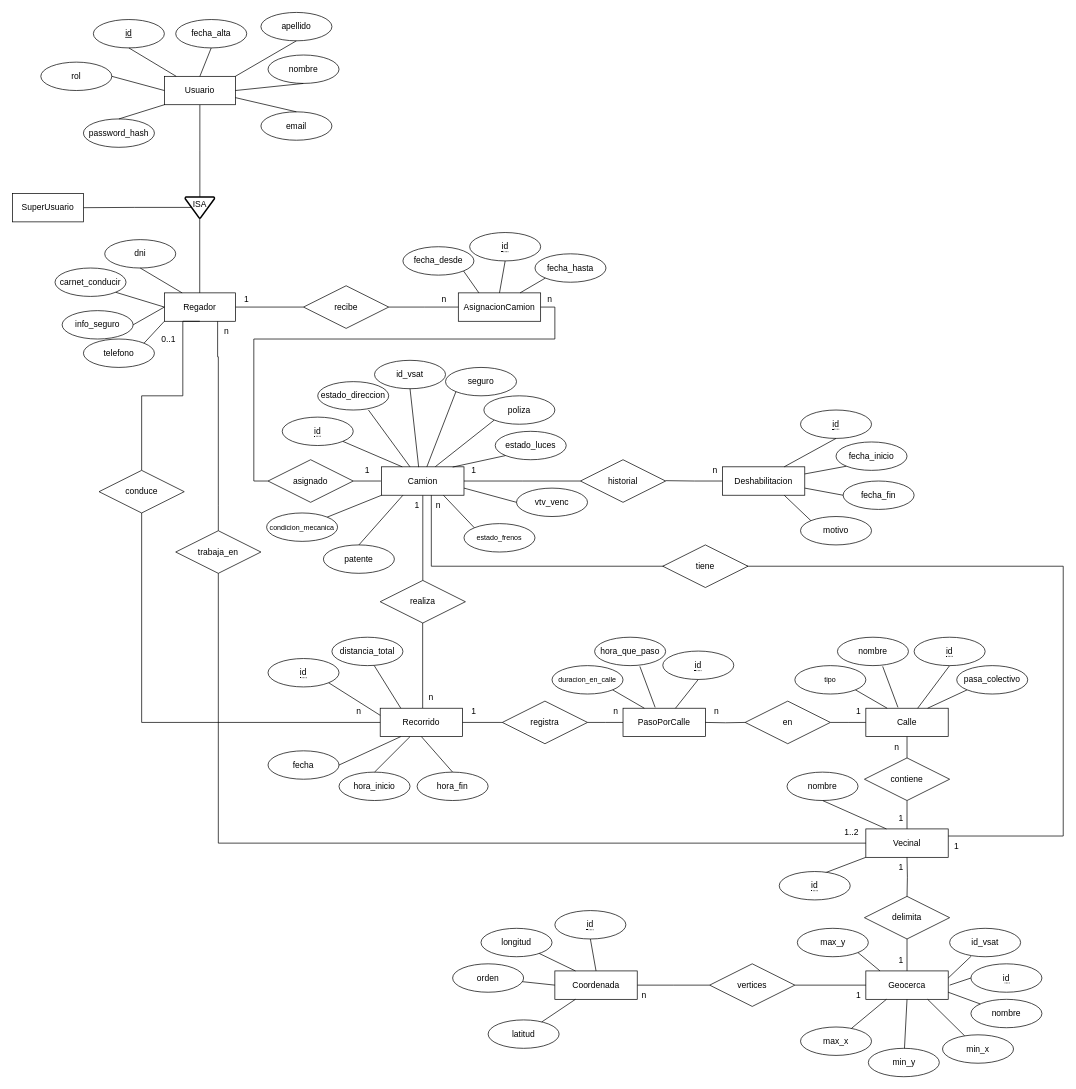
The draw.io diagram base_datos/diagramas/der.drawio in EmiBernal/sistema-de-riego-unrc, before the edit. Source tidied: cells renumbered, new cells numbered last; positions are measured from the earlier drawing's top-left corner, leaving out a move shared by most shapes. Both pictures are drawn from the tidied source at 71%, with x=0, y=0 at pixel (12, 12).
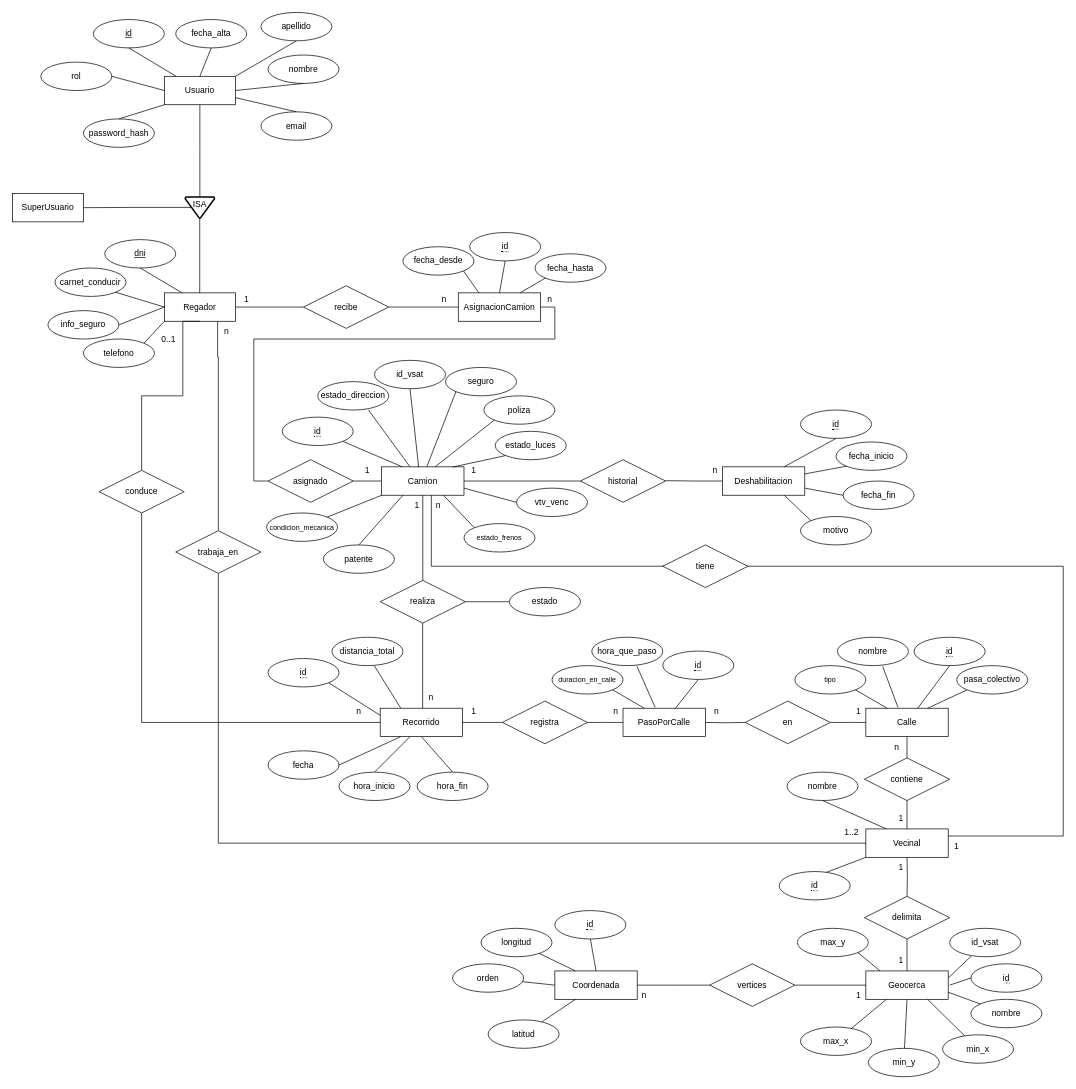
The same diagram, later.

Commit message (it also covers changes not shown here):
Cambios en la base de datos: Agregamos la base de datos simplificada

The change refers to these unchanged cells:
```xml
<mxCell id="84" value="realiza" style="shape=rhombus;perimeter=rhombusPerimeter;whiteSpace=wrap;html=1;align=center;" parent="1" vertex="1">
  <mxGeometry x="518" y="800" width="120" height="60" as="geometry" />
</mxCell>
```

The edit, as a diff of the source:
```diff
@@
-    <mxCell id="27" value="dni" style="ellipse;whiteSpace=wrap;html=1;align=center;" parent="1" vertex="1">
+    <mxCell id="27" value="&lt;u&gt;dni&lt;/u&gt;" style="ellipse;whiteSpace=wrap;html=1;align=center;" parent="1" vertex="1">
       <mxGeometry x="130" y="320" width="100" height="40" as="geometry" />
     </mxCell>
@@
     <mxCell id="29" value="info_seguro" style="ellipse;whiteSpace=wrap;html=1;align=center;" parent="1" vertex="1">
-      <mxGeometry x="70" y="420" width="100" height="40" as="geometry" />
+      <mxGeometry x="50" y="420" width="100" height="40" as="geometry" />
     </mxCell>
@@
+    <mxCell id="186" style="edgeStyle=orthogonalEdgeStyle;rounded=0;jettySize=auto;html=1;endArrow=none;endFill=0;" parent="1" edge="1" source="84">
+      <mxGeometry relative="1" as="geometry">
+        <mxPoint x="700" y="830" as="targetPoint" />
+      </mxGeometry>
+    </mxCell>
@@
     <mxCell id="105" value="hora_que_paso" style="ellipse;whiteSpace=wrap;html=1;align=center;" parent="1" vertex="1">
-      <mxGeometry x="820" y="880" width="100" height="40" as="geometry" />
+      <mxGeometry x="816" y="880" width="100" height="40" as="geometry" />
     </mxCell>
@@
+    <mxCell id="187" value="estado" style="ellipse;whiteSpace=wrap;html=1;align=center;" parent="1" vertex="1">
+      <mxGeometry x="700" y="810" width="100" height="40" as="geometry" />
+    </mxCell>
```
